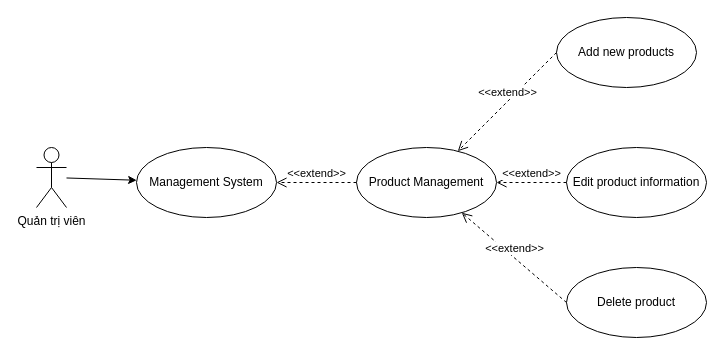
Above: page "use case quản lý bài hát" (13 of 33) of Biểu đồ không có tiêu đề.drawio in anhduy7723/api_auth (draw.io), before the change. Source tidied: cells renumbered, new cells numbered last; positions are measured from the earlier drawing's top-left corner, leaving out a move shared by most shapes. Both pictures are drawn from the tidied source at 100%, with x=0, y=0 at pixel (36, 17).
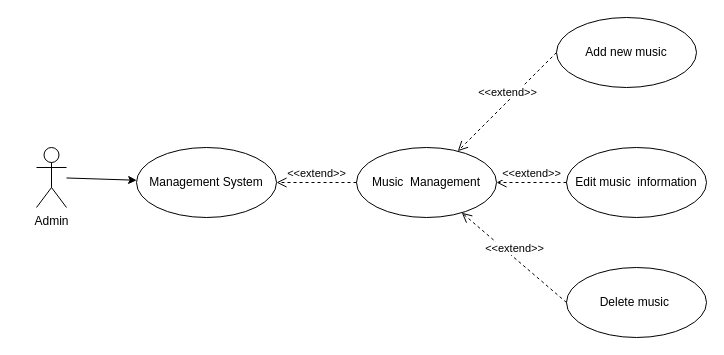
The same diagram, later.

What changed in the source:
```diff
@@
 <mxGraphModel>
   <root>
     <mxCell id="0" />
     <mxCell id="1" parent="0" />
     <mxCell id="2" style="edgeStyle=none;rounded=0;jettySize=auto;html=1;" parent="1" edge="1" source="3" target="4">
       <mxGeometry relative="1" as="geometry" />
     </mxCell>
-    <mxCell id="3" value="Quản trị viên" style="shape=umlActor;verticalLabelPosition=bottom;verticalAlign=top;html=1;" parent="1" vertex="1">
+    <mxCell id="3" value="Admin" style="shape=umlActor;verticalLabelPosition=bottom;verticalAlign=top;html=1;" parent="1" vertex="1">
       <mxGeometry y="130" width="30" height="60" as="geometry" />
     </mxCell>
     <mxCell id="4" value="Management System" style="ellipse;whiteSpace=wrap;html=1;" parent="1" vertex="1">
       <mxGeometry x="100" y="130" width="140" height="70" as="geometry" />
     </mxCell>
-    <mxCell id="5" value="Product Management" style="ellipse;whiteSpace=wrap;html=1;" parent="1" vertex="1">
+    <mxCell id="5" value="Music&amp;nbsp; Management" style="ellipse;whiteSpace=wrap;html=1;" parent="1" vertex="1">
       <mxGeometry x="320" y="130" width="140" height="70" as="geometry" />
     </mxCell>
     <mxCell id="6" value="&amp;lt;&amp;lt;extend&amp;gt;&amp;gt;" style="html=1;verticalAlign=bottom;endArrow=open;dashed=1;endSize=8;curved=0;rounded=0;exitX=0;exitY=0.5;exitDx=0;exitDy=0;entryX=1;entryY=0.5;entryDx=0;entryDy=0;" parent="1" edge="1" source="5" target="4">
       <mxGeometry relative="1" as="geometry" />
     </mxCell>
-    <mxCell id="7" value="Add new products" style="ellipse;whiteSpace=wrap;html=1;" parent="1" vertex="1">
+    <mxCell id="7" value="Add new music" style="ellipse;whiteSpace=wrap;html=1;" parent="1" vertex="1">
       <mxGeometry x="520" width="140" height="70" as="geometry" />
     </mxCell>
     <mxCell id="8" value="&amp;lt;&amp;lt;extend&amp;gt;&amp;gt;" style="html=1;verticalAlign=bottom;endArrow=open;dashed=1;endSize=8;curved=0;rounded=0;exitX=0;exitY=0.5;exitDx=0;exitDy=0;" parent="1" edge="1" source="7" target="5">
       <mxGeometry relative="1" as="geometry" />
     </mxCell>
-    <mxCell id="9" value="Edit product information" style="ellipse;whiteSpace=wrap;html=1;" parent="1" vertex="1">
+    <mxCell id="9" value="Edit music&amp;nbsp; information" style="ellipse;whiteSpace=wrap;html=1;" parent="1" vertex="1">
       <mxGeometry x="530" y="130" width="140" height="70" as="geometry" />
     </mxCell>
     <mxCell id="10" value="&amp;lt;&amp;lt;extend&amp;gt;&amp;gt;" style="html=1;verticalAlign=bottom;endArrow=open;dashed=1;endSize=8;curved=0;rounded=0;exitX=0;exitY=0.5;exitDx=0;exitDy=0;" parent="1" edge="1" source="9" target="5">
       <mxGeometry relative="1" as="geometry" />
     </mxCell>
-    <mxCell id="11" value="Delete product" style="ellipse;whiteSpace=wrap;html=1;" parent="1" vertex="1">
+    <mxCell id="11" value="Delete music&amp;nbsp;" style="ellipse;whiteSpace=wrap;html=1;" parent="1" vertex="1">
       <mxGeometry x="530" y="250" width="140" height="70" as="geometry" />
     </mxCell>
     <mxCell id="12" value="&amp;lt;&amp;lt;extend&amp;gt;&amp;gt;" style="html=1;verticalAlign=bottom;endArrow=open;dashed=1;endSize=8;curved=0;rounded=0;exitX=0;exitY=0.5;exitDx=0;exitDy=0;" parent="1" edge="1" source="11" target="5">
       <mxGeometry relative="1" as="geometry" />
     </mxCell>
   </root>
 </mxGraphModel>
```
